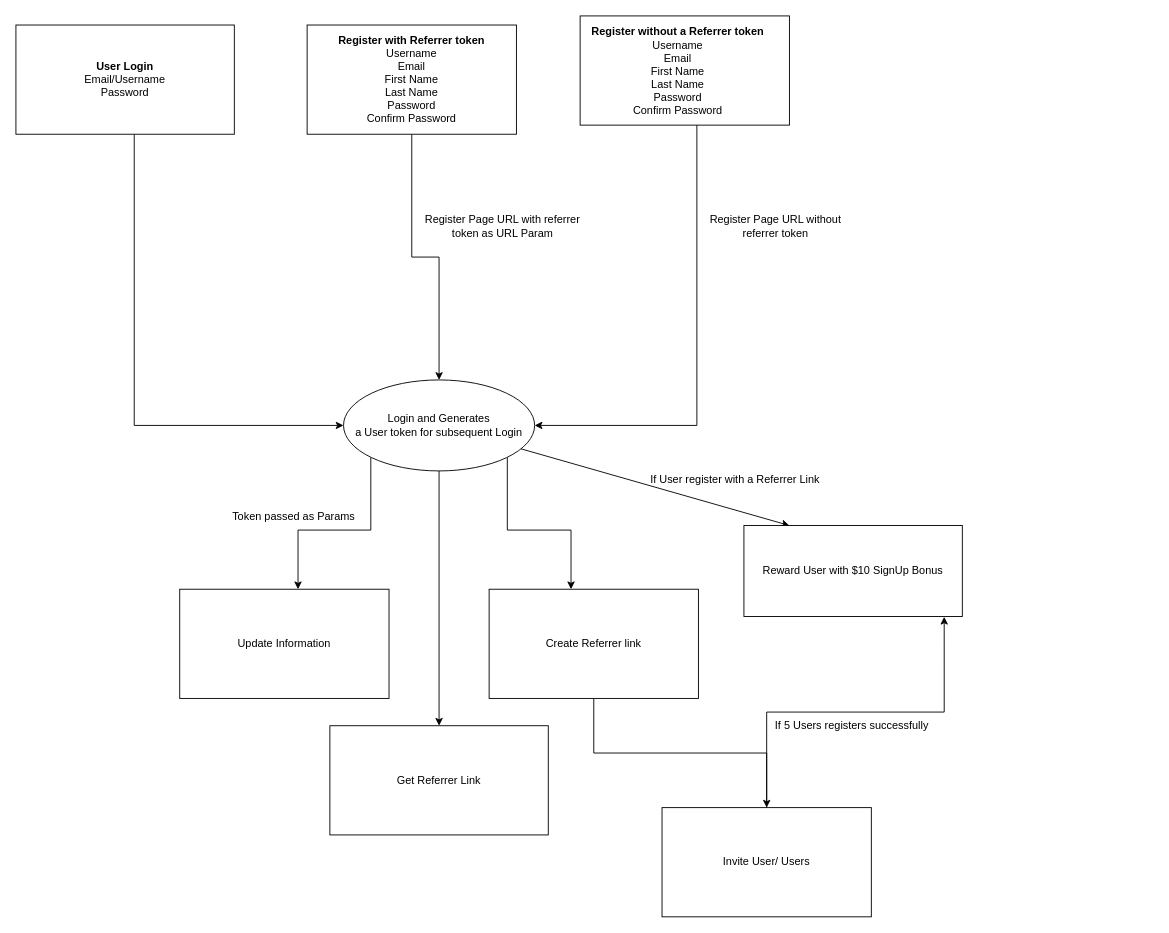
Before: Schema and workflow Diagram.drawio in anuonifade/crp_api, a draw.io diagram. Source tidied: cells renumbered, new cells numbered last; positions are measured from the earlier drawing's top-left corner, leaving out a move shared by most shapes. Both pictures are drawn from the tidied source at 91%, with x=0, y=0 at pixel (15, 15).
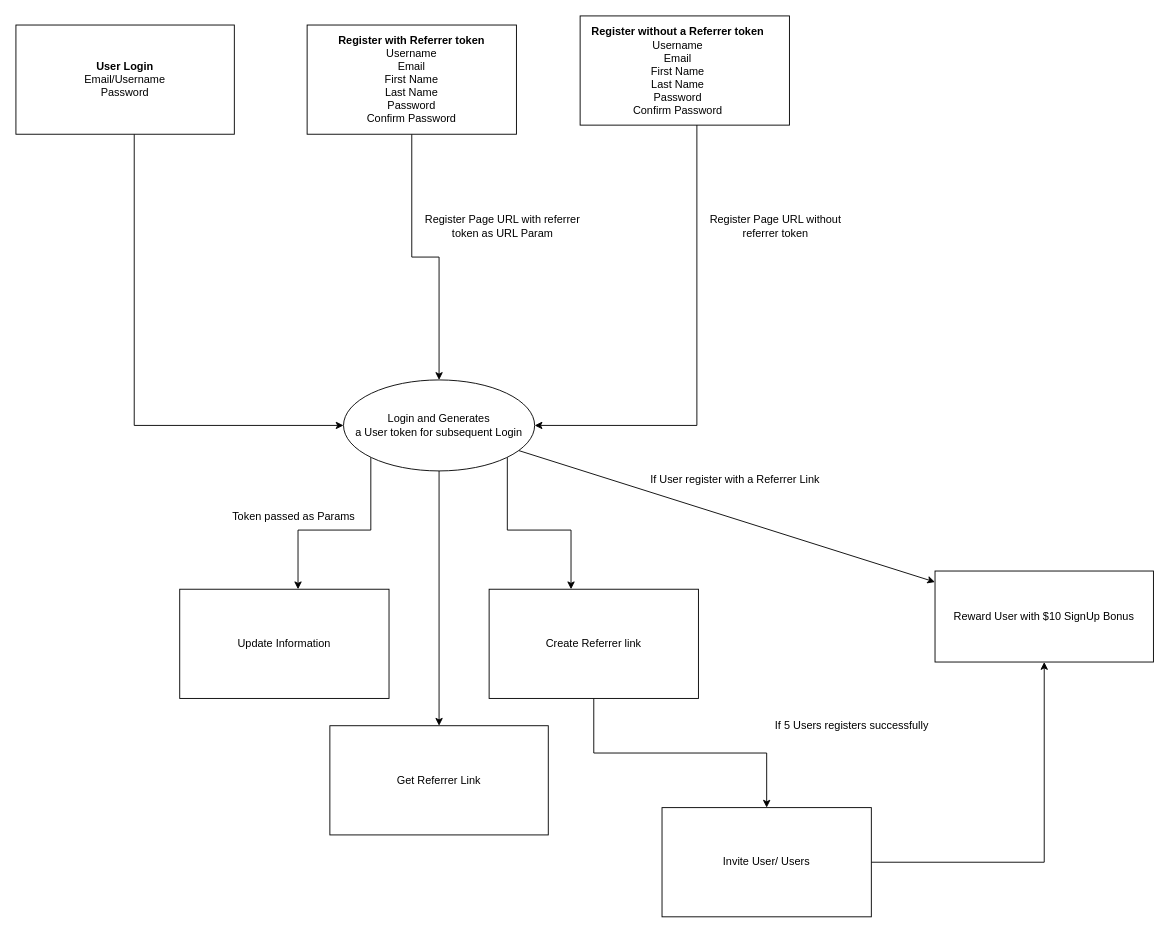
The same page after the edit.

The change refers to these unchanged cells:
```xml
<mxCell id="13" value="Login and Generates &lt;br&gt;a User token for subsequent Login" style="ellipse;whiteSpace=wrap;html=1;" parent="1" vertex="1">
  <mxGeometry x="360" y="400" width="210" height="100" as="geometry" />
</mxCell>
<mxCell id="22" value="Invite User/ Users" style="rounded=0;whiteSpace=wrap;html=1;" parent="1" vertex="1">
  <mxGeometry x="710" y="870" width="230" height="120" as="geometry" />
</mxCell>
```

Change to the diagram source:
```diff
@@
-    <mxCell id="21" style="edgeStyle=orthogonalEdgeStyle;rounded=0;jettySize=auto;html=1;entryX=0.917;entryY=1.003;entryDx=0;entryDy=0;entryPerimeter=0;" parent="1" edge="1" source="22" target="24">
+    <mxCell id="21" style="edgeStyle=orthogonalEdgeStyle;rounded=0;jettySize=auto;html=1;" parent="1" edge="1" source="22" target="24">
       <mxGeometry relative="1" as="geometry" />
     </mxCell>
@@
-    <mxCell id="23" style="endArrow=classic;html=1;" parent="1" edge="1" source="13">
-      <mxGeometry relative="1" as="geometry">
-        <mxPoint x="850" y="560" as="targetPoint" />
-      </mxGeometry>
+    <mxCell id="23" style="endArrow=classic;html=1;" parent="1" edge="1" source="13" target="24">
+      <mxGeometry relative="1" as="geometry" />
     </mxCell>
     <mxCell id="24" value="Reward User with $10 SignUp Bonus" style="rounded=0;whiteSpace=wrap;html=1;" parent="1" vertex="1">
-      <mxGeometry x="800" y="560" width="240" height="100" as="geometry" />
+      <mxGeometry x="1010" y="610" width="240" height="100" as="geometry" />
     </mxCell>
```
